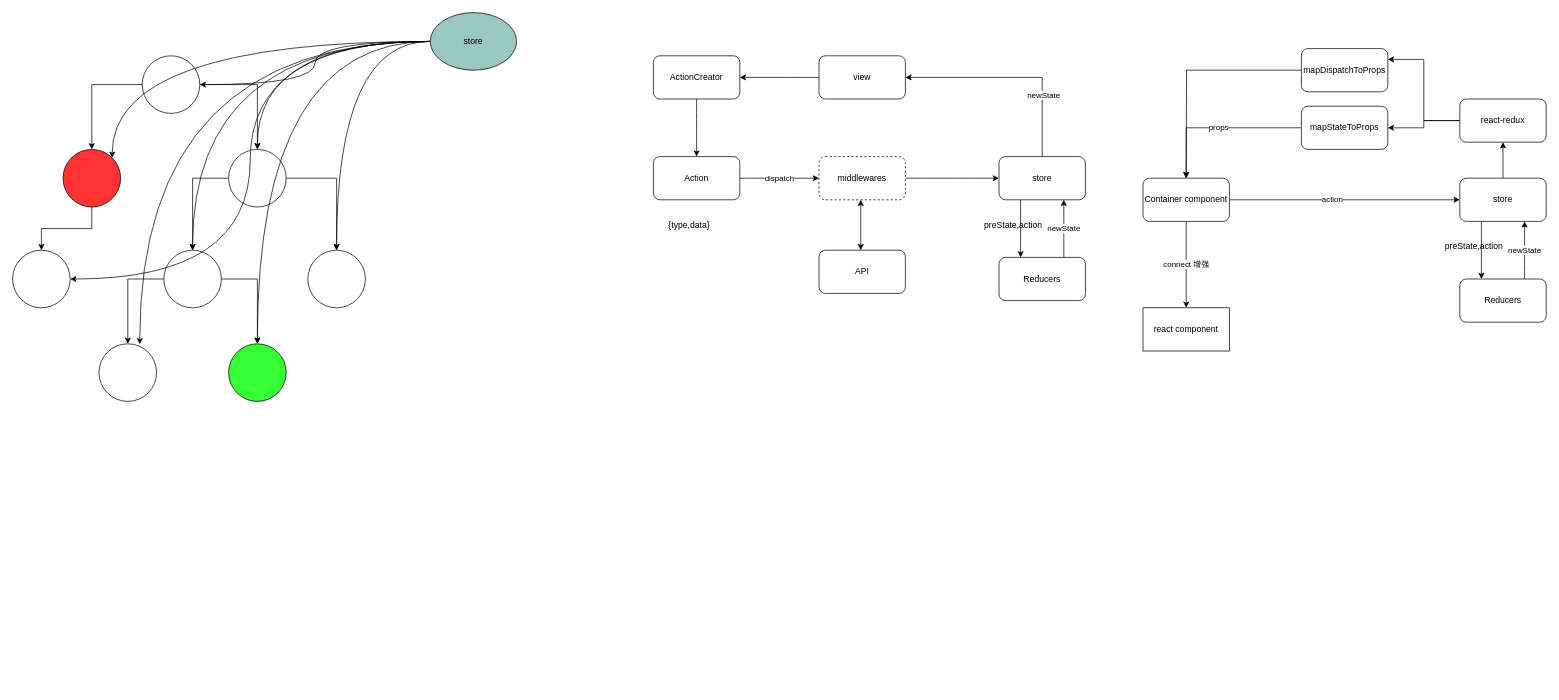
Above: page "第 3 页" (3 of 4) of 未命名绘图.drawio in yudafeng/draw.io (draw.io), before the change. Source tidied: cells renumbered, new cells numbered last; positions are measured from the earlier drawing's top-left corner, leaving out a move shared by most shapes. Both pictures are drawn from the tidied source at 72%, with x=0, y=0 at pixel (12, 12).
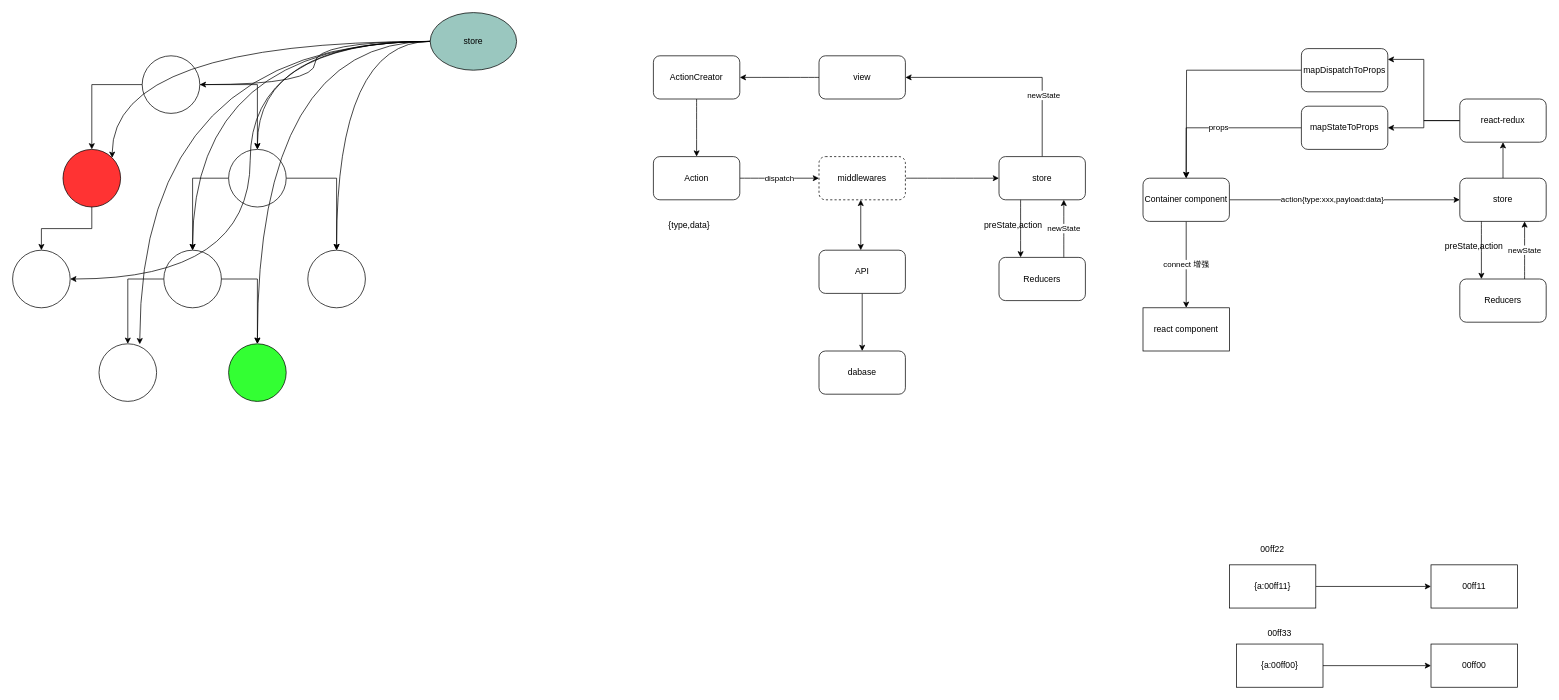
The same page after the edit.

Commit message:
更新未命名绘图.drawio

The change refers to these unchanged cells:
```xml
<mxCell id="41" value="API" style="rounded=1;whiteSpace=wrap;html=1;fillColor=#FFFFFF;" parent="1" vertex="1">
  <mxGeometry x="1120" y="330" width="120" height="60" as="geometry" />
</mxCell>
<mxCell id="44" style="edgeStyle=orthogonalEdgeStyle;rounded=0;jettySize=auto;html=1;entryX=0;entryY=0.5;entryDx=0;entryDy=0;" parent="1" edge="1" source="47" target="49">
  <mxGeometry relative="1" as="geometry" />
</mxCell>
```

The edit, as a diff of the source:
```diff
@@
+    <mxCell id="63" style="edgeStyle=orthogonalEdgeStyle;rounded=0;jettySize=auto;html=1;entryX=0.5;entryY=0;entryDx=0;entryDy=0;" parent="1" edge="1" source="41" target="64">
+      <mxGeometry relative="1" as="geometry" />
+    </mxCell>
@@
-    <mxCell id="45" value="action" style="edgeLabel;html=1;align=center;verticalAlign=middle;" parent="44" vertex="1">
+    <mxCell id="45" value="action{type:xxx,payload:data}" style="edgeLabel;html=1;align=center;verticalAlign=middle;" parent="44" vertex="1">
       <mxGeometry x="-0.11" y="2" relative="1" as="geometry" />
     </mxCell>
@@
+    <mxCell id="64" value="dabase" style="rounded=1;whiteSpace=wrap;html=1;" parent="1" vertex="1">
+      <mxGeometry x="1120" y="470" width="120" height="60" as="geometry" />
+    </mxCell>
+    <mxCell id="65" style="rounded=0;jettySize=auto;html=1;entryX=0;entryY=0.5;entryDx=0;entryDy=0;" parent="1" edge="1" source="66" target="67">
+      <mxGeometry relative="1" as="geometry" />
+    </mxCell>
+    <mxCell id="66" value="{a:00ff11}" style="rounded=0;whiteSpace=wrap;html=1;" parent="1" vertex="1">
+      <mxGeometry x="1690" y="767" width="120" height="60" as="geometry" />
+    </mxCell>
+    <mxCell id="67" value="00ff11" style="rounded=0;whiteSpace=wrap;html=1;" parent="1" vertex="1">
+      <mxGeometry x="1970" y="767" width="120" height="60" as="geometry" />
+    </mxCell>
+    <mxCell id="68" value="00ff22" style="text;html=1;strokeColor=none;fillColor=none;align=center;verticalAlign=middle;whiteSpace=wrap;rounded=0;" parent="1" vertex="1">
+      <mxGeometry x="1720" y="730" width="60" height="30" as="geometry" />
+    </mxCell>
+    <mxCell id="69" style="edgeStyle=none;rounded=0;jettySize=auto;html=1;entryX=0;entryY=0.5;entryDx=0;entryDy=0;" parent="1" edge="1" source="70" target="72">
+      <mxGeometry relative="1" as="geometry" />
+    </mxCell>
+    <mxCell id="70" value="{a:00ff00}" style="rounded=0;whiteSpace=wrap;html=1;" parent="1" vertex="1">
+      <mxGeometry x="1700" y="877" width="120" height="60" as="geometry" />
+    </mxCell>
+    <mxCell id="71" value="00ff33" style="text;html=1;strokeColor=none;fillColor=none;align=center;verticalAlign=middle;whiteSpace=wrap;rounded=0;" parent="1" vertex="1">
+      <mxGeometry x="1730" y="847" width="60" height="30" as="geometry" />
+    </mxCell>
+    <mxCell id="72" value="00ff00" style="rounded=0;whiteSpace=wrap;html=1;" parent="1" vertex="1">
+      <mxGeometry x="1970" y="877" width="120" height="60" as="geometry" />
+    </mxCell>
```
